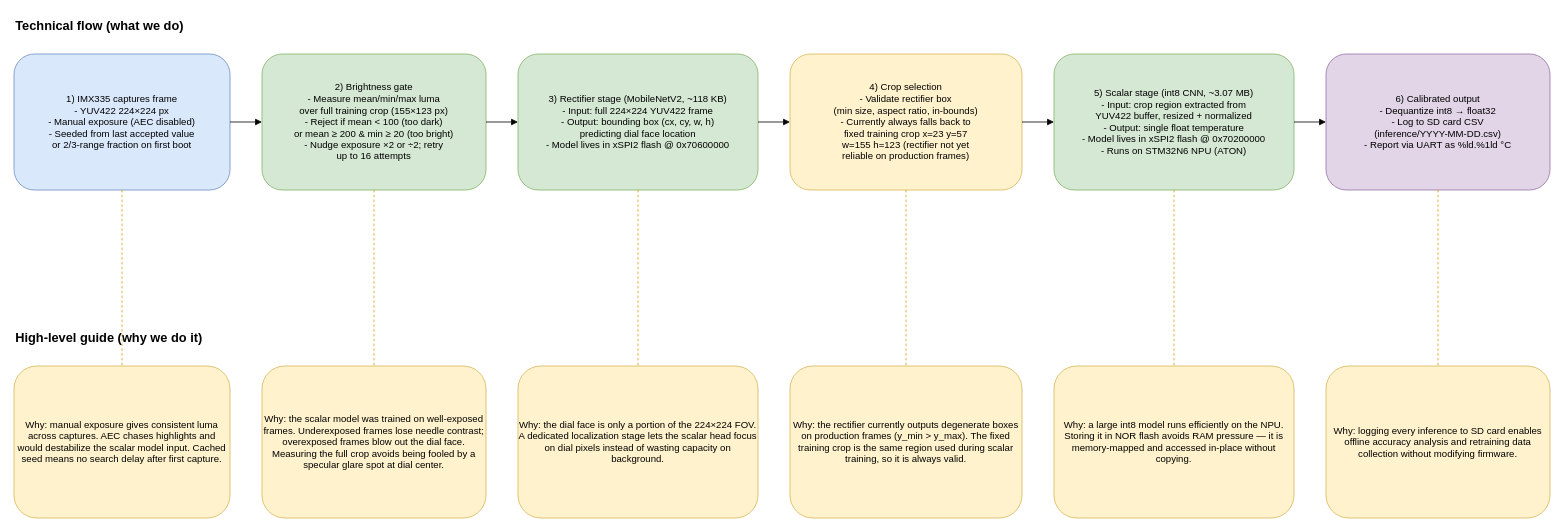
Earlier version of the draw.io diagram page "CNN_Model_Process" (1 of 2) of docs/process_diagrams.drawio (rishi-latchmepersad/embedded-gauge-reading-tinyml). Source tidied: cells renumbered, new cells numbered last; positions are measured from the earlier drawing's top-left corner, leaving out a move shared by most shapes. Both pictures are drawn from the tidied source at 80%, with x=0, y=0 at pixel (14, 14).
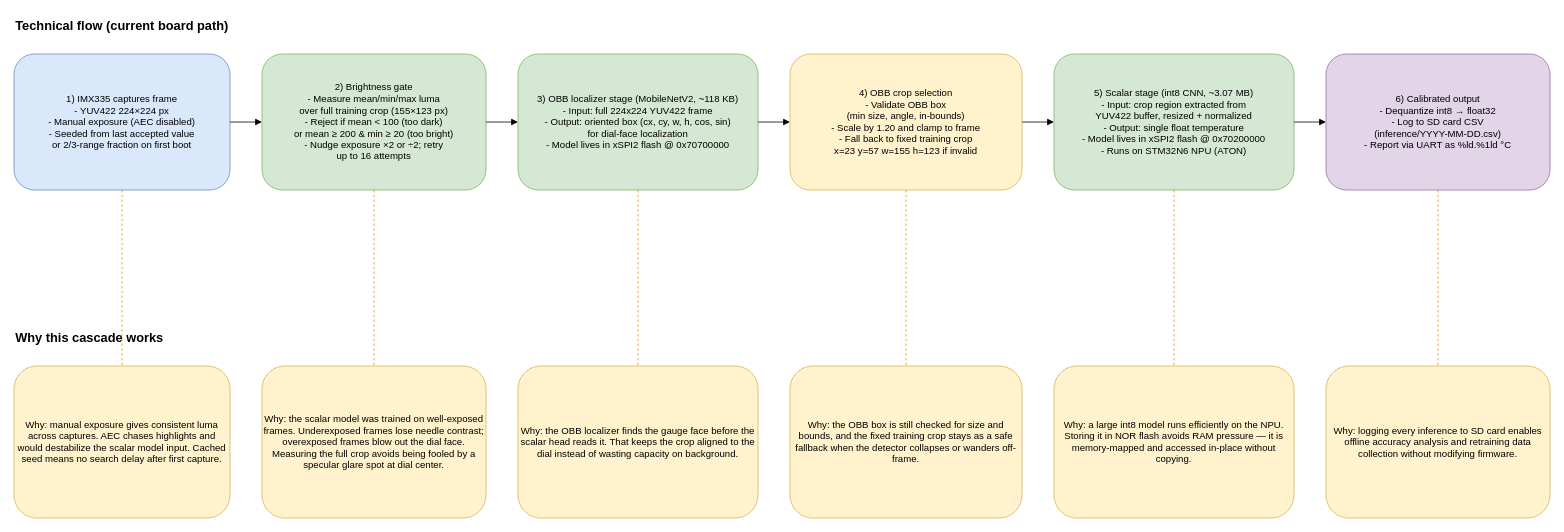
The same diagram, later.

Diff of the diagram source:
```diff
@@
-    <mxCell id="2" value="Technical flow (what we do)" style="text;html=1;strokeColor=none;fillColor=none;align=left;verticalAlign=middle;fontStyle=1;fontSize=16;" parent="1" vertex="1">
+    <mxCell id="2" value="Technical flow (current board path)" style="text;html=1;strokeColor=none;fillColor=none;align=left;verticalAlign=middle;fontStyle=1;fontSize=16;" parent="1" vertex="1">
       <mxGeometry width="350" height="30" as="geometry" />
     </mxCell>
-    <mxCell id="3" value="High-level guide (why we do it)" style="text;html=1;strokeColor=none;fillColor=none;align=left;verticalAlign=middle;fontStyle=1;fontSize=16;" parent="1" vertex="1">
+    <mxCell id="3" value="Why this cascade works" style="text;html=1;strokeColor=none;fillColor=none;align=left;verticalAlign=middle;fontStyle=1;fontSize=16;" parent="1" vertex="1">
       <mxGeometry y="390" width="360" height="30" as="geometry" />
     </mxCell>
@@
-    <mxCell id="6" value="3) Rectifier stage (MobileNetV2, ~118 KB)&lt;br&gt;- Input: full 224×224 YUV422 frame&lt;br&gt;- Output: bounding box (cx, cy, w, h)&lt;br&gt;  predicting dial face location&lt;br&gt;- Model lives in xSPI2 flash @ 0x70600000" style="rounded=1;whiteSpace=wrap;html=1;fillColor=#d5e8d4;strokeColor=#82b366;" parent="1" vertex="1">
+    <mxCell id="6" value="3) OBB localizer stage (MobileNetV2, ~118 KB)&lt;br&gt;- Input: full 224x224 YUV422 frame&lt;br&gt;- Output: oriented box (cx, cy, w, h, cos, sin)&lt;br&gt;  for dial-face localization&lt;br&gt;- Model lives in xSPI2 flash @ 0x70700000" style="rounded=1;whiteSpace=wrap;html=1;fillColor=#d5e8d4;strokeColor=#82b366;" parent="1" vertex="1">
       <mxGeometry x="630" y="50" width="300" height="170" as="geometry" />
     </mxCell>
-    <mxCell id="7" value="4) Crop selection&lt;br&gt;- Validate rectifier box&lt;br&gt;  (min size, aspect ratio, in-bounds)&lt;br&gt;- Currently always falls back to&lt;br&gt;  fixed training crop x=23 y=57&lt;br&gt;  w=155 h=123 (rectifier not yet&lt;br&gt;  reliable on production frames)" style="rounded=1;whiteSpace=wrap;html=1;fillColor=#fff2cc;strokeColor=#d6b656;" parent="1" vertex="1">
+    <mxCell id="7" value="4) OBB crop selection&lt;br&gt;- Validate OBB box&lt;br&gt;  (min size, angle, in-bounds)&lt;br&gt;- Scale by 1.20 and clamp to frame&lt;br&gt;- Fall back to fixed training crop&lt;br&gt;  x=23 y=57 w=155 h=123 if invalid" style="rounded=1;whiteSpace=wrap;html=1;fillColor=#fff2cc;strokeColor=#d6b656;" parent="1" vertex="1">
       <mxGeometry x="970" y="50" width="290" height="170" as="geometry" />
     </mxCell>
@@
-    <mxCell id="12" value="Why: the dial face is only a portion of the 224×224 FOV. A dedicated localization stage lets the scalar head focus on dial pixels instead of wasting capacity on background." style="rounded=1;whiteSpace=wrap;html=1;fillColor=#fff2cc;strokeColor=#d6b656;" parent="1" vertex="1">
+    <mxCell id="12" value="Why: the OBB localizer finds the gauge face before the scalar head reads it. That keeps the crop aligned to the dial instead of wasting capacity on background." style="rounded=1;whiteSpace=wrap;html=1;fillColor=#fff2cc;strokeColor=#d6b656;" parent="1" vertex="1">
       <mxGeometry x="630" y="440" width="300" height="190" as="geometry" />
     </mxCell>
-    <mxCell id="13" value="Why: the rectifier currently outputs degenerate boxes on production frames (y_min &gt; y_max). The fixed training crop is the same region used during scalar training, so it is always valid." style="rounded=1;whiteSpace=wrap;html=1;fillColor=#fff2cc;strokeColor=#d6b656;" parent="1" vertex="1">
+    <mxCell id="13" value="Why: the OBB box is still checked for size and bounds, and the fixed training crop stays as a safe fallback when the detector collapses or wanders off-frame." style="rounded=1;whiteSpace=wrap;html=1;fillColor=#fff2cc;strokeColor=#d6b656;" parent="1" vertex="1">
       <mxGeometry x="970" y="440" width="290" height="190" as="geometry" />
     </mxCell>
```
